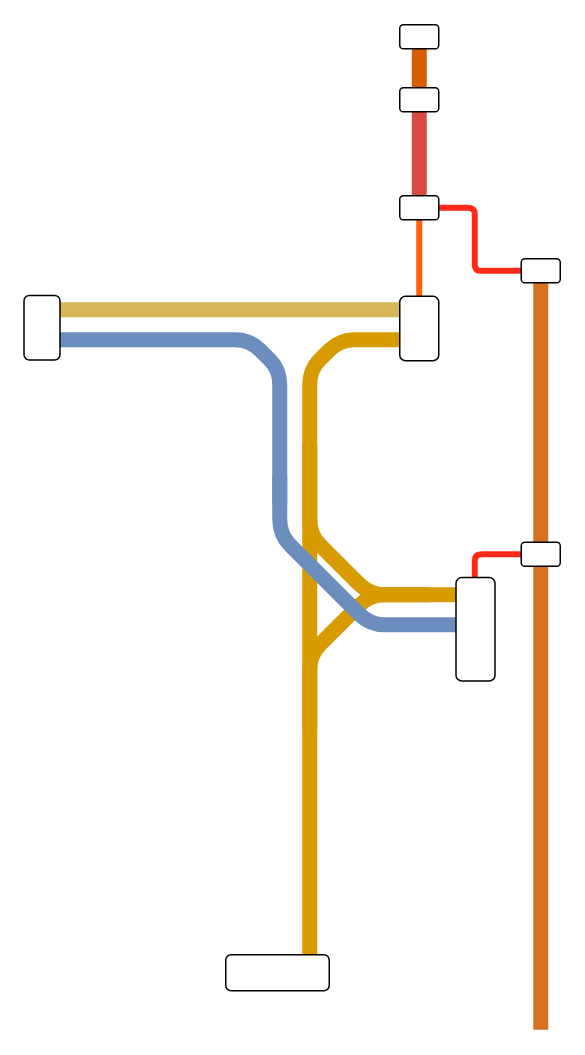
Earlier version of the draw.io diagram test.drawio (GoldenKoopa/diagrams). Source tidied: cells renumbered, new cells numbered last; positions are measured from the earlier drawing's top-left corner, leaving out a move shared by most shapes. Both pictures are drawn from the tidied source at 150%, with x=0, y=0 at pixel (9, 16).
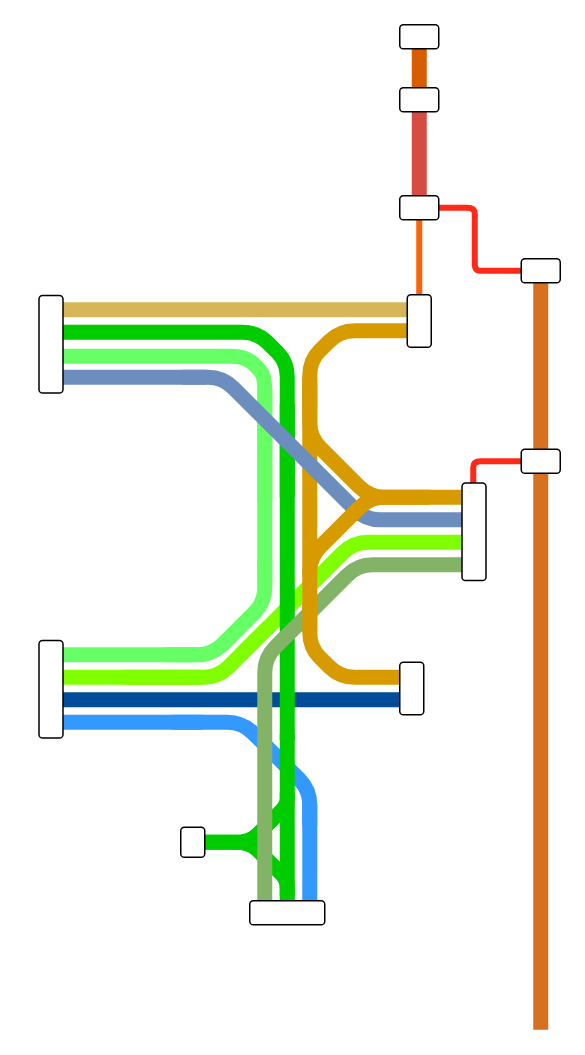
Above is the later version.

What changed in the source:
```diff
@@
+    <mxCell id="23" style="endArrow=none;html=1;rounded=1;strokeWidth=10;fillColor=#fff2cc;strokeColor=#00CC00;curved=0;" parent="1" edge="1">
+      <mxGeometry relative="1" as="geometry">
+        <mxPoint x="122" y="550" as="sourcePoint" />
+        <mxPoint x="185" y="517" as="targetPoint" />
+        <Array as="points">
+          <mxPoint x="160" y="550" />
+          <mxPoint x="170" y="540" />
+          <mxPoint x="185" y="525" />
+        </Array>
+      </mxGeometry>
+    </mxCell>
+    <mxCell id="24" style="endArrow=none;html=1;rounded=1;strokeWidth=10;fillColor=#fff2cc;strokeColor=#00CC00;curved=0;" parent="1" edge="1">
+      <mxGeometry relative="1" as="geometry">
+        <mxPoint x="122" y="550" as="sourcePoint" />
+        <mxPoint x="185" y="586" as="targetPoint" />
+        <Array as="points">
+          <mxPoint x="160" y="550" />
+          <mxPoint x="170" y="560" />
+          <mxPoint x="185" y="575" />
+        </Array>
+      </mxGeometry>
+    </mxCell>
+    <mxCell id="25" style="endArrow=none;html=1;rounded=1;strokeWidth=10;fillColor=#fff2cc;strokeColor=#3399FF;curved=0;" parent="1" edge="1">
+      <mxGeometry relative="1" as="geometry">
+        <mxPoint x="200" y="539" as="sourcePoint" />
+        <mxPoint x="108" y="470" as="targetPoint" />
+        <Array as="points">
+          <mxPoint x="200" y="515" />
+          <mxPoint x="155" y="470" />
+        </Array>
+      </mxGeometry>
+    </mxCell>
+    <mxCell id="26" style="endArrow=none;html=1;rounded=1;strokeWidth=10;fillColor=#fff2cc;strokeColor=#3399FF;curved=0;" parent="1" edge="1">
+      <mxGeometry relative="1" as="geometry">
+        <mxPoint x="129" y="470" as="sourcePoint" />
+        <mxPoint x="28" y="470" as="targetPoint" />
+      </mxGeometry>
+    </mxCell>
+    <mxCell id="27" style="endArrow=none;html=1;rounded=1;strokeWidth=10;fillColor=#fff2cc;strokeColor=#66FF66;curved=0;" parent="1" edge="1">
+      <mxGeometry relative="1" as="geometry">
+        <mxPoint x="129" y="425" as="sourcePoint" />
+        <mxPoint x="33" y="425" as="targetPoint" />
+      </mxGeometry>
+    </mxCell>
+    <mxCell id="28" style="endArrow=none;html=1;rounded=1;strokeWidth=10;fillColor=#fff2cc;strokeColor=#80FF00;curved=0;" parent="1" edge="1">
+      <mxGeometry relative="1" as="geometry">
+        <mxPoint x="128" y="440" as="sourcePoint" />
+        <mxPoint x="32" y="440" as="targetPoint" />
+      </mxGeometry>
+    </mxCell>
+    <mxCell id="29" style="endArrow=none;html=1;rounded=1;strokeWidth=10;fillColor=#fff2cc;strokeColor=#004C99;curved=0;" parent="1" edge="1">
+      <mxGeometry relative="1" as="geometry">
+        <mxPoint x="265" y="455" as="sourcePoint" />
+        <mxPoint x="29" y="455" as="targetPoint" />
+        <Array as="points">
+          <mxPoint x="159" y="455" />
+        </Array>
+      </mxGeometry>
+    </mxCell>
+    <mxCell id="30" style="endArrow=none;html=1;rounded=1;strokeWidth=10;fillColor=#dae8fc;strokeColor=#66FF66;curved=0;" parent="1" edge="1">
+      <mxGeometry relative="1" as="geometry">
+        <mxPoint x="170" y="248" as="sourcePoint" />
+        <mxPoint x="170" y="377" as="targetPoint" />
+      </mxGeometry>
+    </mxCell>
+    <mxCell id="31" style="endArrow=none;html=1;rounded=1;strokeWidth=10;fillColor=#dae8fc;strokeColor=#66FF66;curved=0;" parent="1" edge="1">
+      <mxGeometry relative="1" as="geometry">
+        <mxPoint x="27" y="226" as="sourcePoint" />
+        <mxPoint x="170" y="323" as="targetPoint" />
+        <Array as="points">
+          <mxPoint x="158" y="226" />
+          <mxPoint x="170" y="239" />
+        </Array>
+      </mxGeometry>
+    </mxCell>
+    <mxCell id="32" style="endArrow=none;html=1;rounded=1;strokeWidth=10;fillColor=#ffe6cc;strokeColor=#d79b00;curved=0;" parent="1" edge="1">
+      <mxGeometry relative="1" as="geometry">
+        <mxPoint x="265" y="440" as="sourcePoint" />
+        <mxPoint x="200" y="388" as="targetPoint" />
+        <Array as="points">
+          <mxPoint x="220" y="440" />
+          <mxPoint x="200" y="420" />
+        </Array>
+      </mxGeometry>
+    </mxCell>
+    <mxCell id="33" style="endArrow=none;html=1;rounded=1;strokeWidth=10;fillColor=#ffe6cc;strokeColor=#d79b00;curved=0;endFill=0;startArrow=none;startFill=0;" parent="1" edge="1">
+      <mxGeometry relative="1" as="geometry">
+        <mxPoint x="200" y="245" as="sourcePoint" />
+        <mxPoint x="200" y="372" as="targetPoint" />
+      </mxGeometry>
+    </mxCell>
+    <mxCell id="34" style="endArrow=none;html=1;rounded=1;strokeWidth=10;fillColor=#d5e8d4;strokeColor=#80FF00;curved=0;" parent="1" edge="1">
+      <mxGeometry relative="1" as="geometry">
+        <mxPoint x="302" y="350" as="sourcePoint" />
+        <mxPoint x="154" y="425" as="targetPoint" />
+        <Array as="points">
+          <mxPoint x="229" y="350" />
+          <mxPoint x="189" y="390" />
+        </Array>
+      </mxGeometry>
+    </mxCell>
+    <mxCell id="35" style="endArrow=none;html=1;rounded=1;strokeWidth=10;fillColor=#dae8fc;strokeColor=#00CC00;curved=0;" parent="1" edge="1">
+      <mxGeometry relative="1" as="geometry">
+        <mxPoint x="185" y="258" as="sourcePoint" />
+        <mxPoint x="185" y="482" as="targetPoint" />
+      </mxGeometry>
+    </mxCell>
+    <mxCell id="36" style="endArrow=none;html=1;rounded=1;strokeWidth=10;fillColor=#d5e8d4;strokeColor=#82b366;curved=0;" parent="1" edge="1">
+      <mxGeometry relative="1" as="geometry">
+        <mxPoint x="304" y="365" as="sourcePoint" />
+        <mxPoint x="170" y="485" as="targetPoint" />
+        <Array as="points">
+          <mxPoint x="232" y="365" />
+          <mxPoint x="170" y="427" />
+        </Array>
+      </mxGeometry>
+    </mxCell>
+    <mxCell id="37" style="endArrow=none;html=1;rounded=1;strokeWidth=10;fillColor=#dae8fc;strokeColor=#6c8ebf;curved=0;" parent="1" edge="1">
+      <mxGeometry relative="1" as="geometry">
+        <mxPoint x="25" y="240" as="sourcePoint" />
+        <mxPoint x="131" y="240" as="targetPoint" />
+      </mxGeometry>
+    </mxCell>
     <mxCell id="2" style="endArrow=none;html=1;rounded=0;strokeWidth=4;strokeColor=#FF2919;curved=1;" parent="1" edge="1">
       <mxGeometry relative="1" as="geometry">
-        <mxPoint x="310" y="375" as="sourcePoint" />
-        <mxPoint x="342" y="358" as="targetPoint" />
+        <mxPoint x="309" y="313" as="sourcePoint" />
+        <mxPoint x="341" y="296" as="targetPoint" />
         <Array as="points">
-          <mxPoint x="310" y="366" />
-          <mxPoint x="310" y="358" />
-          <mxPoint x="320" y="358" />
+          <mxPoint x="309" y="304" />
+          <mxPoint x="309" y="296" />
+          <mxPoint x="319" y="296" />
         </Array>
       </mxGeometry>
     </mxCell>
@@
-    <mxCell id="7" style="endArrow=none;html=1;rounded=1;strokeWidth=10;fillColor=#dae8fc;strokeColor=#6c8ebf;curved=0;" parent="1" edge="1">
+    <mxCell id="7" style="endArrow=none;html=1;rounded=1;strokeWidth=10;fillColor=#dae8fc;strokeColor=#00CC00;curved=0;" parent="1" edge="1">
       <mxGeometry relative="1" as="geometry">
-        <mxPoint x="30" y="215" as="sourcePoint" />
-        <mxPoint x="180" y="325" as="targetPoint" />
+        <mxPoint x="30" y="210" as="sourcePoint" />
+        <mxPoint x="185" y="320" as="targetPoint" />
         <Array as="points">
-          <mxPoint x="160" y="215" />
-          <mxPoint x="180" y="235" />
+          <mxPoint x="165" y="210" />
+          <mxPoint x="185" y="230" />
         </Array>
       </mxGeometry>
     </mxCell>
-    <mxCell id="8" style="endArrow=none;html=1;rounded=1;strokeWidth=10;fillColor=#ffe6cc;strokeColor=#d79b00;curved=0;endFill=0;startArrow=none;startFill=0;" parent="1" edge="1">
-      <mxGeometry relative="1" as="geometry">
-        <mxPoint x="280" y="385" as="sourcePoint" />
-        <mxPoint x="200" y="475" as="targetPoint" />
-        <Array as="points">
-          <mxPoint x="240" y="385" />
-          <mxPoint x="200" y="425" />
-        </Array>
-      </mxGeometry>
-    </mxCell>
     <mxCell id="9" style="endArrow=none;html=1;rounded=1;strokeWidth=10;fillColor=#ffe6cc;strokeColor=#d79b00;curved=0;" parent="1" edge="1">
       <mxGeometry relative="1" as="geometry">
-        <mxPoint x="260" y="215" as="sourcePoint" />
-        <mxPoint x="200" y="625" as="targetPoint" />
+        <mxPoint x="265" y="209" as="sourcePoint" />
+        <mxPoint x="200" y="261" as="targetPoint" />
         <Array as="points">
-          <mxPoint x="220" y="215" />
-          <mxPoint x="200" y="235" />
+          <mxPoint x="220" y="209" />
+          <mxPoint x="200" y="229" />
         </Array>
       </mxGeometry>
     </mxCell>
     <mxCell id="10" style="endArrow=none;html=1;rounded=1;strokeWidth=10;fillColor=#dae8fc;strokeColor=#6c8ebf;curved=0;" parent="1" edge="1">
       <mxGeometry relative="1" as="geometry">
-        <mxPoint x="180" y="305" as="sourcePoint" />
-        <mxPoint x="300" y="405" as="targetPoint" />
+        <mxPoint x="115" y="240" as="sourcePoint" />
+        <mxPoint x="307" y="335" as="targetPoint" />
         <Array as="points">
-          <mxPoint x="180" y="345" />
-          <mxPoint x="240" y="405" />
+          <mxPoint x="142" y="240" />
+          <mxPoint x="237" y="335" />
         </Array>
       </mxGeometry>
     </mxCell>
+    <mxCell id="8" style="endArrow=none;html=1;rounded=1;strokeWidth=10;fillColor=#ffe6cc;strokeColor=#d79b00;curved=0;endFill=0;startArrow=none;startFill=0;" parent="1" edge="1">
+      <mxGeometry relative="1" as="geometry">
+        <mxPoint x="280" y="320" as="sourcePoint" />
+        <mxPoint x="200" y="410" as="targetPoint" />
+        <Array as="points">
+          <mxPoint x="240" y="320" />
+          <mxPoint x="200" y="360" />
+        </Array>
+      </mxGeometry>
+    </mxCell>
     <mxCell id="11" style="endArrow=none;html=1;rounded=1;strokeWidth=10;fillColor=#ffe6cc;strokeColor=#d79b00;curved=0;" parent="1" edge="1">
       <mxGeometry relative="1" as="geometry">
-        <mxPoint x="200" y="285" as="sourcePoint" />
-        <mxPoint x="300" y="385" as="targetPoint" />
+        <mxPoint x="200" y="240" as="sourcePoint" />
+        <mxPoint x="303" y="320" as="targetPoint" />
         <Array as="points">
-          <mxPoint x="200" y="345" />
-          <mxPoint x="240" y="385" />
+          <mxPoint x="200" y="280" />
+          <mxPoint x="240" y="320" />
         </Array>
       </mxGeometry>
     </mxCell>
     <mxCell id="12" style="endArrow=none;html=1;rounded=1;strokeWidth=10;fillColor=#fff2cc;strokeColor=#d6b656;curved=0;" parent="1" edge="1">
       <mxGeometry relative="1" as="geometry">
-        <mxPoint x="260" y="195" as="sourcePoint" />
+        <mxPoint x="266" y="195" as="sourcePoint" />
         <mxPoint x="30" y="195" as="targetPoint" />
         <Array as="points">
           <mxPoint x="160" y="195" />
         </Array>
       </mxGeometry>
     </mxCell>
     <mxCell id="13" style="rounded=1;whiteSpace=wrap;html=1;rotation=90;" parent="1" vertex="1">
-      <mxGeometry y="195" width="43" height="24" as="geometry" />
+      <mxGeometry x="-5" y="210" width="65" height="16" as="geometry" />
     </mxCell>
     <mxCell id="14" style="rounded=1;whiteSpace=wrap;html=1;rotation=0;direction=south;" parent="1" vertex="1">
-      <mxGeometry x="260" y="186" width="26" height="43" as="geometry" />
+      <mxGeometry x="265" y="185" width="16" height="35" as="geometry" />
     </mxCell>
-    <mxCell id="15" style="rounded=1;whiteSpace=wrap;html=1;rotation=0;" parent="1" vertex="1">
-      <mxGeometry x="144" y="625" width="69" height="24" as="geometry" />
+    <mxCell id="15" style="rounded=1;whiteSpace=wrap;html=1;rotation=0;flipH=0;flipV=0;direction=south;" parent="1" vertex="1">
+      <mxGeometry x="260" y="430" width="16" height="35" as="geometry" />
     </mxCell>
-    <mxCell id="16" style="rounded=1;whiteSpace=wrap;html=1;rotation=90;" parent="1" vertex="1">
-      <mxGeometry x="276" y="395" width="69" height="26" as="geometry" />
+    <mxCell id="16" style="rounded=1;whiteSpace=wrap;html=1;rotation=90;direction=west;flipH=0;flipV=0;" parent="1" vertex="1">
+      <mxGeometry x="277" y="335" width="65" height="16" as="geometry" />
     </mxCell>
@@
     <mxCell id="18" style="rounded=1;whiteSpace=wrap;html=1;rotation=90;" parent="1" vertex="1">
-      <mxGeometry x="346" y="345" width="16" height="26" as="geometry" />
+      <mxGeometry x="346" y="283" width="16" height="26" as="geometry" />
     </mxCell>
@@
+    <mxCell id="38" style="endArrow=none;html=1;rounded=1;strokeWidth=10;fillColor=#d5e8d4;strokeColor=#80FF00;curved=0;" parent="1" edge="1">
+      <mxGeometry relative="1" as="geometry">
+        <mxPoint x="173" y="406" as="sourcePoint" />
+        <mxPoint x="76" y="440" as="targetPoint" />
+        <Array as="points">
+          <mxPoint x="139" y="440" />
+        </Array>
+      </mxGeometry>
+    </mxCell>
+    <mxCell id="39" style="endArrow=none;html=1;rounded=1;strokeColor=#66FF66;strokeWidth=10;curved=0;" parent="1" edge="1">
+      <mxGeometry relative="1" as="geometry">
+        <mxPoint x="103" y="425" as="sourcePoint" />
+        <mxPoint x="170" y="362" as="targetPoint" />
+        <Array as="points">
+          <mxPoint x="135" y="425" />
+          <mxPoint x="170" y="390" />
+        </Array>
+      </mxGeometry>
+    </mxCell>
+    <mxCell id="40" style="rounded=1;whiteSpace=wrap;html=1;rotation=90;" parent="1" vertex="1">
+      <mxGeometry x="-5" y="440" width="65" height="16" as="geometry" />
+    </mxCell>
+    <mxCell id="41" style="endArrow=none;html=1;rounded=1;strokeWidth=10;fillColor=#fff2cc;strokeColor=#3399FF;curved=0;" parent="1" edge="1">
+      <mxGeometry relative="1" as="geometry">
+        <mxPoint x="200" y="590" as="sourcePoint" />
+        <mxPoint x="200" y="524" as="targetPoint" />
+      </mxGeometry>
+    </mxCell>
+    <mxCell id="42" style="endArrow=none;html=1;rounded=1;strokeWidth=10;fillColor=#fff2cc;strokeColor=#82B366;curved=0;" parent="1" edge="1">
+      <mxGeometry relative="1" as="geometry">
+        <mxPoint x="170" y="589" as="sourcePoint" />
+        <mxPoint x="170" y="484" as="targetPoint" />
+      </mxGeometry>
+    </mxCell>
+    <mxCell id="43" style="endArrow=none;html=1;rounded=1;strokeWidth=10;fillColor=#fff2cc;strokeColor=#00CC00;curved=0;" parent="1" edge="1">
+      <mxGeometry relative="1" as="geometry">
+        <mxPoint x="185" y="590" as="sourcePoint" />
+        <mxPoint x="185" y="478" as="targetPoint" />
+      </mxGeometry>
+    </mxCell>
+    <mxCell id="44" style="rounded=1;whiteSpace=wrap;html=1;rotation=90;direction=south;" parent="1" vertex="1">
+      <mxGeometry x="112" y="542" width="20" height="16" as="geometry" />
+    </mxCell>
+    <mxCell id="45" style="rounded=1;whiteSpace=wrap;html=1;rotation=90;direction=south;" parent="1" vertex="1">
+      <mxGeometry x="177" y="572" width="16" height="50" as="geometry" />
+    </mxCell>
```
